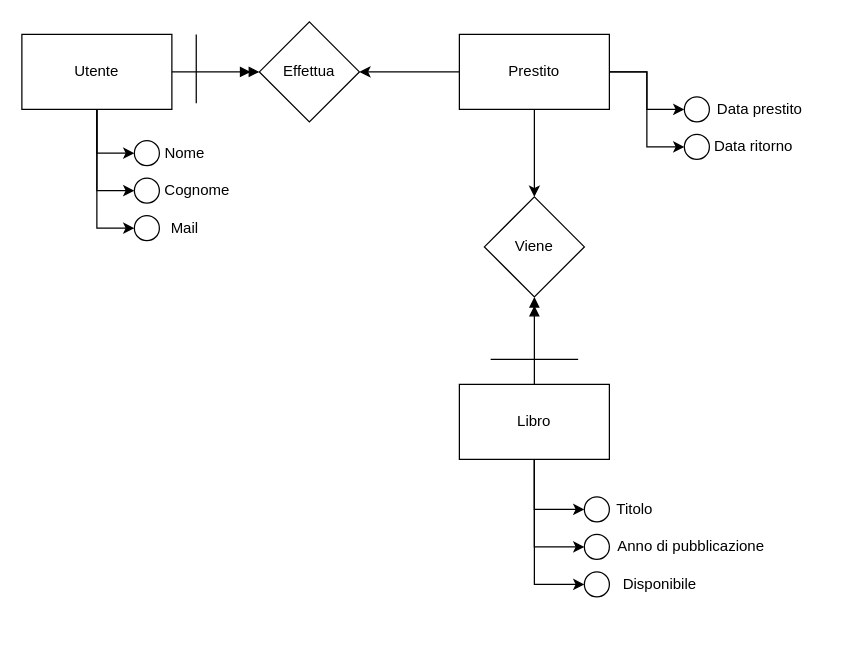
Earlier version of the draw.io diagram Diagramma_Gestione_Libri.drawio (CEPPABLU/Esercizi_I-M). Source tidied: cells renumbered, new cells numbered last; positions are measured from the earlier drawing's top-left corner, leaving out a move shared by most shapes. Both pictures are drawn from the tidied source at 125%, with x=0, y=0 at pixel (21, 21).
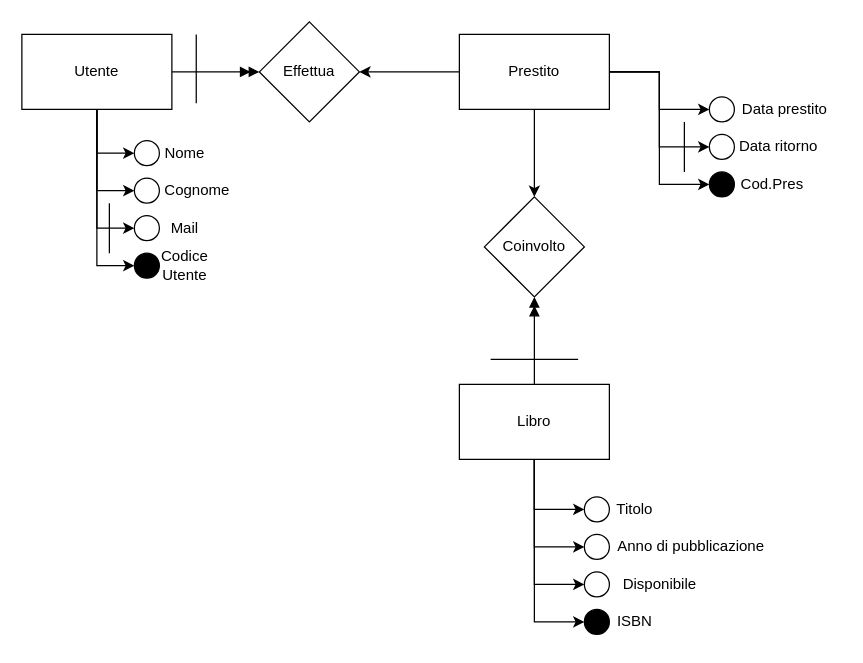
Above is the later version.

The change refers to these unchanged cells:
```xml
<mxCell id="6" value="Utente" style="rounded=0;whiteSpace=wrap;html=1;" parent="1" vertex="1">
  <mxGeometry y="10" width="120" height="60" as="geometry" />
</mxCell>
<mxCell id="11" value="Libro" style="rounded=0;whiteSpace=wrap;html=1;" parent="1" vertex="1">
  <mxGeometry x="350" y="290" width="120" height="60" as="geometry" />
</mxCell>
<mxCell id="16" value="Prestito" style="rounded=0;whiteSpace=wrap;html=1;" parent="1" vertex="1">
  <mxGeometry x="350" y="10" width="120" height="60" as="geometry" />
</mxCell>
```

What changed in the source:
```diff
@@
+    <mxCell id="37" style="edgeStyle=orthogonalEdgeStyle;rounded=0;jettySize=auto;html=1;entryX=0;entryY=0.5;entryDx=0;entryDy=0;" parent="1" edge="1" source="6" target="40">
+      <mxGeometry relative="1" as="geometry" />
+    </mxCell>
@@
+    <mxCell id="38" style="edgeStyle=orthogonalEdgeStyle;rounded=0;jettySize=auto;html=1;entryX=0;entryY=0.5;entryDx=0;entryDy=0;" parent="1" edge="1" source="11" target="42">
+      <mxGeometry relative="1" as="geometry" />
+    </mxCell>
@@
+    <mxCell id="39" style="edgeStyle=orthogonalEdgeStyle;rounded=0;jettySize=auto;html=1;entryX=0;entryY=0.5;entryDx=0;entryDy=0;" parent="1" edge="1" source="16" target="44">
+      <mxGeometry relative="1" as="geometry" />
+    </mxCell>
@@
-    <mxCell id="17" value="Viene" style="rhombus;whiteSpace=wrap;html=1;rounded=0;" parent="1" vertex="1">
+    <mxCell id="17" value="Coinvolto" style="rhombus;whiteSpace=wrap;html=1;rounded=0;" parent="1" vertex="1">
       <mxGeometry x="370" y="140" width="80" height="80" as="geometry" />
     </mxCell>
@@
     <mxCell id="33" style="ellipse;whiteSpace=wrap;html=1;" parent="1" vertex="1">
-      <mxGeometry x="530" y="60" width="20" height="20" as="geometry" />
+      <mxGeometry x="550" y="60" width="20" height="20" as="geometry" />
     </mxCell>
     <mxCell id="34" style="ellipse;whiteSpace=wrap;html=1;" parent="1" vertex="1">
-      <mxGeometry x="530" y="90" width="20" height="20" as="geometry" />
+      <mxGeometry x="550" y="90" width="20" height="20" as="geometry" />
     </mxCell>
     <mxCell id="35" value="Data ritorno" style="text;html=1;align=center;verticalAlign=middle;strokeColor=none;fillColor=none;" parent="1" vertex="1">
-      <mxGeometry x="540" y="85" width="90" height="30" as="geometry" />
+      <mxGeometry x="560" y="85" width="90" height="30" as="geometry" />
     </mxCell>
     <mxCell id="36" value="Data prestito" style="text;html=1;align=center;verticalAlign=middle;strokeColor=none;fillColor=none;" parent="1" vertex="1">
-      <mxGeometry x="545" y="55" width="90" height="30" as="geometry" />
+      <mxGeometry x="565" y="55" width="90" height="30" as="geometry" />
     </mxCell>
+    <mxCell id="40" style="ellipse;whiteSpace=wrap;html=1;fillColor=#000000;" parent="1" vertex="1">
+      <mxGeometry x="90" y="185" width="20" height="20" as="geometry" />
+    </mxCell>
+    <mxCell id="41" value="Codice&lt;div&gt;Utente&lt;/div&gt;" style="text;html=1;align=center;verticalAlign=middle;strokeColor=none;fillColor=none;" parent="1" vertex="1">
+      <mxGeometry x="100" y="175" width="60" height="40" as="geometry" />
+    </mxCell>
+    <mxCell id="42" style="ellipse;whiteSpace=wrap;html=1;fillColor=#000000;" parent="1" vertex="1">
+      <mxGeometry x="450" y="470" width="20" height="20" as="geometry" />
+    </mxCell>
+    <mxCell id="43" value="ISBN" style="text;html=1;align=center;verticalAlign=middle;strokeColor=none;fillColor=none;" parent="1" vertex="1">
+      <mxGeometry x="465" y="465" width="50" height="30" as="geometry" />
+    </mxCell>
+    <mxCell id="44" style="ellipse;whiteSpace=wrap;html=1;fillColor=#000000;" parent="1" vertex="1">
+      <mxGeometry x="550" y="120" width="20" height="20" as="geometry" />
+    </mxCell>
+    <mxCell id="45" value="Cod.Pres" style="text;html=1;align=center;verticalAlign=middle;strokeColor=none;fillColor=none;" parent="1" vertex="1">
+      <mxGeometry x="565" y="115" width="70" height="30" as="geometry" />
+    </mxCell>
+    <mxCell id="46" style="endArrow=none;html=1;rounded=0;" parent="1" edge="1">
+      <mxGeometry relative="1" as="geometry">
+        <mxPoint x="70" y="185" as="sourcePoint" />
+        <mxPoint x="70" y="145" as="targetPoint" />
+      </mxGeometry>
+    </mxCell>
+    <mxCell id="47" style="endArrow=none;html=1;rounded=0;" parent="1" edge="1">
+      <mxGeometry relative="1" as="geometry">
+        <mxPoint x="530" y="120" as="sourcePoint" />
+        <mxPoint x="530" y="80" as="targetPoint" />
+      </mxGeometry>
+    </mxCell>
```
